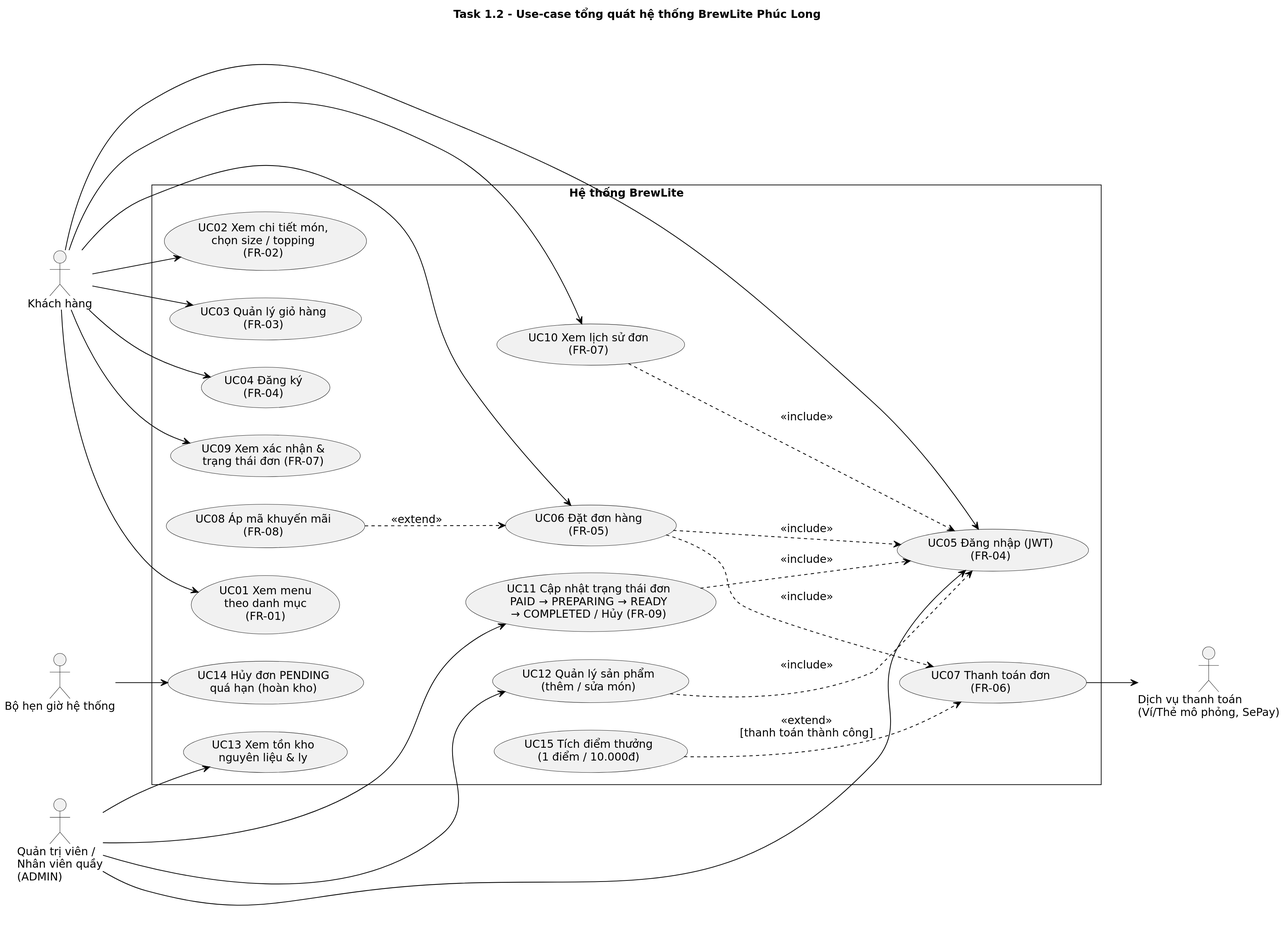
Bao3Q/PhucLong keeps this PlantUML diagram as docs/diagrams/Task1_2_UseCase.svg. Above is the earlier version. Its diagram source:
```plantuml
@startuml
skinparam backgroundColor white
skinparam monochrome true
skinparam shadowing false
skinparam roundCorner 0
skinparam defaultFontName DejaVu Sans
skinparam defaultFontSize 14
skinparam ArrowColor black
skinparam dpi 160
skinparam packageStyle rectangle
left to right direction

title Task 1.2 - Use-case tổng quát hệ thống BrewLite Phúc Long

actor "Khách hàng" as KH
actor "Quản trị viên /\nNhân viên quầy\n(ADMIN)" as AD
actor "Dịch vụ thanh toán\n(Ví/Thẻ mô phỏng, SePay)" as PAY
actor "Bộ hẹn giờ hệ thống" as TIMER

rectangle "Hệ thống BrewLite" {
  usecase "UC01 Xem menu\ntheo danh mục\n(FR-01)" as UC01
  usecase "UC02 Xem chi tiết món,\nchọn size / topping\n(FR-02)" as UC02
  usecase "UC03 Quản lý giỏ hàng\n(FR-03)" as UC03
  usecase "UC04 Đăng ký\n(FR-04)" as UC04
  usecase "UC05 Đăng nhập (JWT)\n(FR-04)" as UC05
  usecase "UC06 Đặt đơn hàng\n(FR-05)" as UC06
  usecase "UC07 Thanh toán đơn\n(FR-06)" as UC07
  usecase "UC08 Áp mã khuyến mãi\n(FR-08)" as UC08
  usecase "UC09 Xem xác nhận &\ntrạng thái đơn (FR-07)" as UC09
  usecase "UC10 Xem lịch sử đơn\n(FR-07)" as UC10
  usecase "UC11 Cập nhật trạng thái đơn\nPAID → PREPARING → READY\n→ COMPLETED / Hủy (FR-09)" as UC11
  usecase "UC12 Quản lý sản phẩm\n(thêm / sửa món)" as UC12
  usecase "UC13 Xem tồn kho\nnguyên liệu & ly" as UC13
  usecase "UC14 Hủy đơn PENDING\nquá hạn (hoàn kho)" as UC14
  usecase "UC15 Tích điểm thưởng\n(1 điểm / 10.000đ)" as UC15
}

KH --> UC01
KH --> UC02
KH --> UC03
KH --> UC04
KH --> UC05
KH --> UC06
KH --> UC09
KH --> UC10

AD --> UC05
AD --> UC11
AD --> UC12
AD --> UC13

UC07 --> PAY
TIMER --> UC14

UC06 ..> UC05 : <<include>>
UC06 ..> UC07 : <<include>>
UC08 ..> UC06 : <<extend>>
UC15 ..> UC07 : <<extend>>\n[thanh toán thành công]
UC11 ..> UC05 : <<include>>
UC12 ..> UC05 : <<include>>
UC10 ..> UC05 : <<include>>
@enduml
```
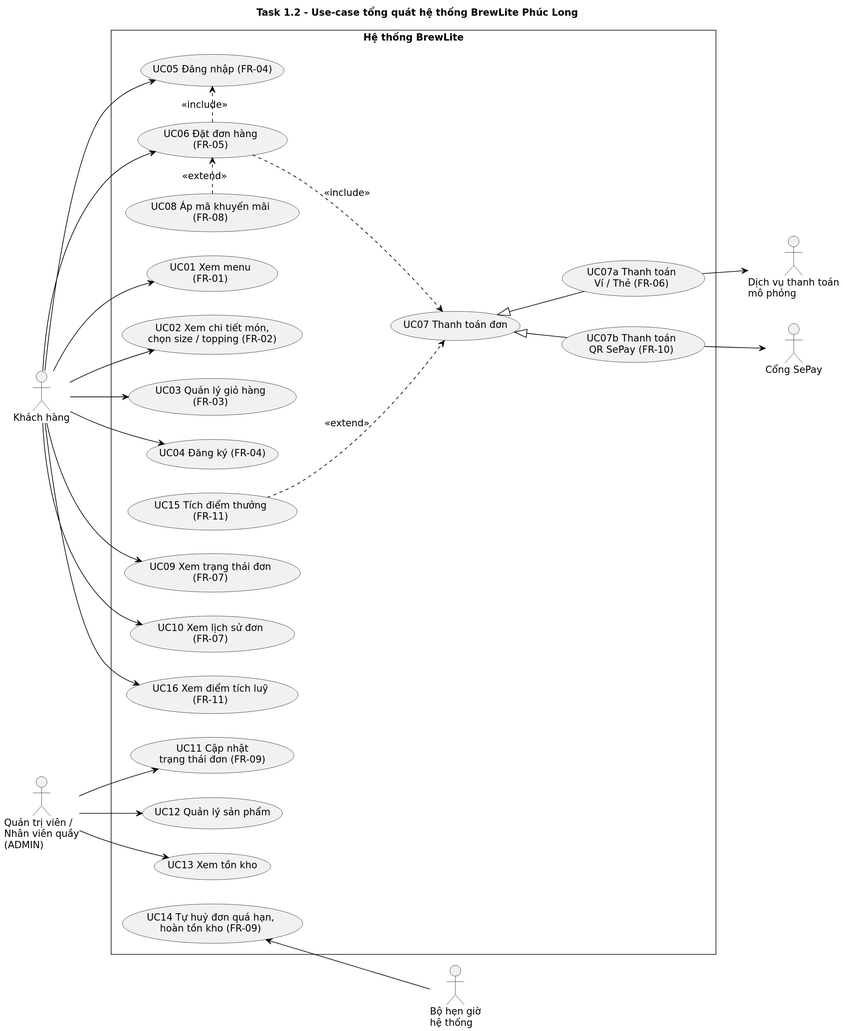
The same diagram one commit later.

Diff of the diagram source:
```diff
@@ -6,7 +6,7 @@
 skinparam defaultFontName DejaVu Sans
 skinparam defaultFontSize 14
 skinparam ArrowColor black
-skinparam dpi 160
+skinparam dpi 140
 skinparam packageStyle rectangle
 left to right direction
 
@@ -14,26 +14,31 @@
 
 actor "Khách hàng" as KH
 actor "Quản trị viên /\nNhân viên quầy\n(ADMIN)" as AD
-actor "Dịch vụ thanh toán\n(Ví/Thẻ mô phỏng, SePay)" as PAY
-actor "Bộ hẹn giờ hệ thống" as TIMER
 
 rectangle "Hệ thống BrewLite" {
-  usecase "UC01 Xem menu\ntheo danh mục\n(FR-01)" as UC01
-  usecase "UC02 Xem chi tiết món,\nchọn size / topping\n(FR-02)" as UC02
+  usecase "UC01 Xem menu\n(FR-01)" as UC01
+  usecase "UC02 Xem chi tiết món,\nchọn size / topping (FR-02)" as UC02
   usecase "UC03 Quản lý giỏ hàng\n(FR-03)" as UC03
-  usecase "UC04 Đăng ký\n(FR-04)" as UC04
-  usecase "UC05 Đăng nhập (JWT)\n(FR-04)" as UC05
+  usecase "UC04 Đăng ký (FR-04)" as UC04
+  usecase "UC05 Đăng nhập (FR-04)" as UC05
+  usecase "UC08 Áp mã khuyến mãi\n(FR-08)" as UC08
   usecase "UC06 Đặt đơn hàng\n(FR-05)" as UC06
-  usecase "UC07 Thanh toán đơn\n(FR-06)" as UC07
-  usecase "UC08 Áp mã khuyến mãi\n(FR-08)" as UC08
-  usecase "UC09 Xem xác nhận &\ntrạng thái đơn (FR-07)" as UC09
+  usecase "UC07 Thanh toán đơn" as UC07
+  usecase "UC07a Thanh toán\nVí / Thẻ (FR-06)" as UC07a
+  usecase "UC07b Thanh toán\nQR SePay (FR-10)" as UC07b
+  usecase "UC15 Tích điểm thưởng\n(FR-11)" as UC15
+  usecase "UC09 Xem trạng thái đơn\n(FR-07)" as UC09
   usecase "UC10 Xem lịch sử đơn\n(FR-07)" as UC10
-  usecase "UC11 Cập nhật trạng thái đơn\nPAID → PREPARING → READY\n→ COMPLETED / Hủy (FR-09)" as UC11
-  usecase "UC12 Quản lý sản phẩm\n(thêm / sửa món)" as UC12
-  usecase "UC13 Xem tồn kho\nnguyên liệu & ly" as UC13
-  usecase "UC14 Hủy đơn PENDING\nquá hạn (hoàn kho)" as UC14
-  usecase "UC15 Tích điểm thưởng\n(1 điểm / 10.000đ)" as UC15
+  usecase "UC16 Xem điểm tích luỹ\n(FR-11)" as UC16
+  usecase "UC11 Cập nhật\ntrạng thái đơn (FR-09)" as UC11
+  usecase "UC12 Quản lý sản phẩm" as UC12
+  usecase "UC13 Xem tồn kho" as UC13
+  usecase "UC14 Tự huỷ đơn quá hạn,\nhoàn tồn kho (FR-09)" as UC14
 }
+
+actor "Dịch vụ thanh toán\nmô phỏng" as PAY
+actor "Cổng SePay" as SEPAY
+actor "Bộ hẹn giờ\nhệ thống" as TIMER
 
 KH --> UC01
 KH --> UC02
@@ -43,20 +48,20 @@
 KH --> UC06
 KH --> UC09
 KH --> UC10
+KH --> UC16
 
-AD --> UC05
 AD --> UC11
 AD --> UC12
 AD --> UC13
 
-UC07 --> PAY
-TIMER --> UC14
+UC07a --> PAY
+UC07b --> SEPAY
+UC14 <-- TIMER
 
-UC06 ..> UC05 : <<include>>
+UC07 <|-- UC07a
+UC07 <|-- UC07b
+UC06 .> UC05 : <<include>>
 UC06 ..> UC07 : <<include>>
-UC08 ..> UC06 : <<extend>>
-UC15 ..> UC07 : <<extend>>\n[thanh toán thành công]
-UC11 ..> UC05 : <<include>>
-UC12 ..> UC05 : <<include>>
-UC10 ..> UC05 : <<include>>
+UC08 .> UC06 : <<extend>>
+UC15 ..> UC07 : <<extend>>
 @enduml
```
